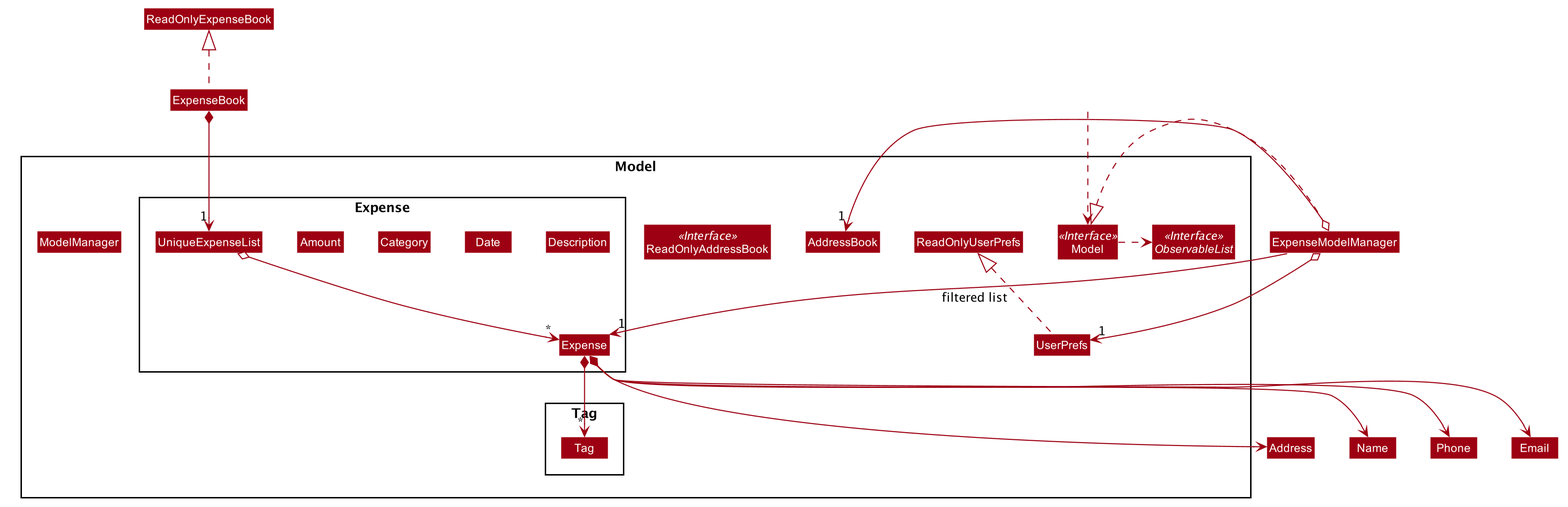
Above: docs/images/ModelClassDiagram.png in yyutong/tp (PlantUML), before the change.
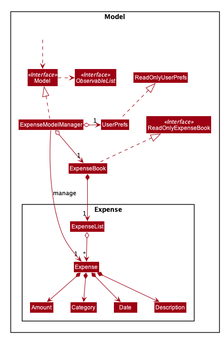
After the commit.

Commit message:
Refactor person into expense in DG, update ModelClassDiagram

Change to the diagram source:
```diff
@@ -52,13 +52,13 @@
 skinparam classBackgroundColor #9D0012
 
 Package Model <<Rectangle>>{
-Interface ReadOnlyAddressBook <<Interface>>
+Interface ReadOnlyExpenseBook <<Interface>>
 Interface Model <<Interface>>
 Interface ObservableList <<Interface>>
-Class AddressBook
-Class ReadOnlyAddressBook
+Class ExpenseBook
+Class ReadOnlyExpenseBook
 Class Model
-Class ModelManager
+Class ExpenseModelManager
 Class UserPrefs
 Class ReadOnlyUserPrefs
 
@@ -68,12 +68,7 @@
 Class Category
 Class Date
 Class Description
-Class UniqueExpenseList
-}
-
-Package Tag {
-Class Tag
-}
+Class ExpenseList
 }
 
 Class HiddenOutside #FFFFFF
@@ -83,21 +78,20 @@
 
 ExpenseModelManager .up.|> Model
 Model .right.> ObservableList
-ExpenseModelManager o--> "1" AddressBook
+ExpenseModelManager o--> "1" ExpenseBook
 ExpenseModelManager o-left-> "1" UserPrefs
 UserPrefs .up.|> ReadOnlyUserPrefs
 
-ExpenseBook *--> "1" UniqueExpenseList
-UniqueExpenseList o--> "*" Expense
-Expense *--> Name
-Expense *--> Phone
-Expense *--> Email
-Expense *--> Address
-Expense *--> "*" Tag
+ExpenseBook *--> "1" ExpenseList
+ExpenseList o--> "*" Expense
+Expense *--> Amount
+Expense *--> Date
+Expense *--> Category
+Expense *--> Description
 
 Amount -[hidden]right-> Category
 Category -[hidden]right-> Date
 Date -[hidden]right-> Description
 
-ExpenseModelManager -->"1" Expense : filtered list
+ExpenseModelManager -->"1" Expense : manage
 @enduml
```
